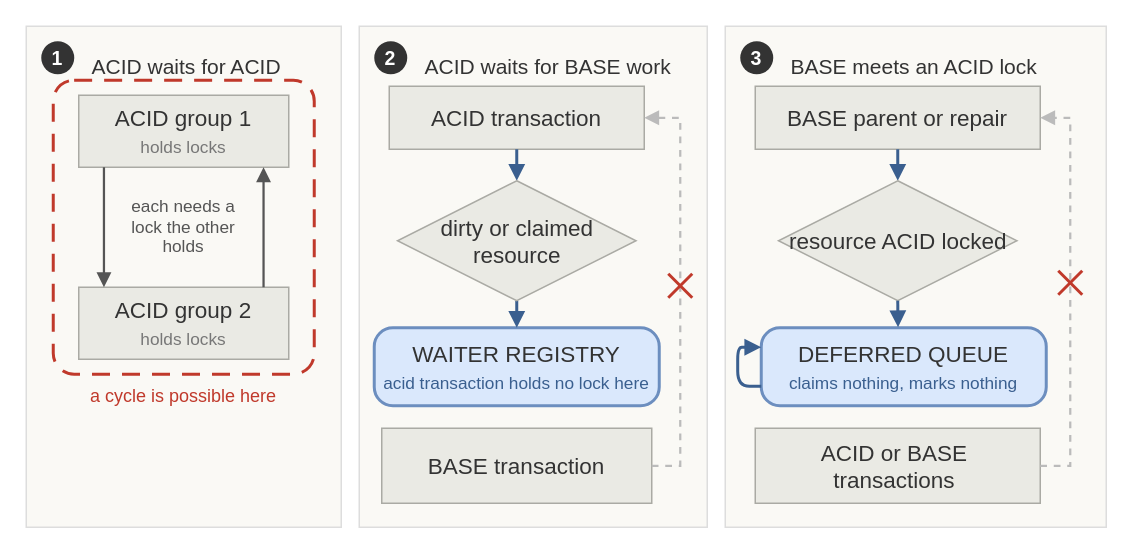
Above: figures/fig-deadlock-freedom.drawio in mililika/bachelor-thesis-tum-acid-base-adaptivity (draw.io), before the change. Source tidied: cells renumbered, new cells numbered last; positions are measured from the earlier drawing's top-left corner, leaving out a move shared by most shapes. Both pictures are drawn from the tidied source at 150%, with x=0, y=0 at pixel (26, 26).
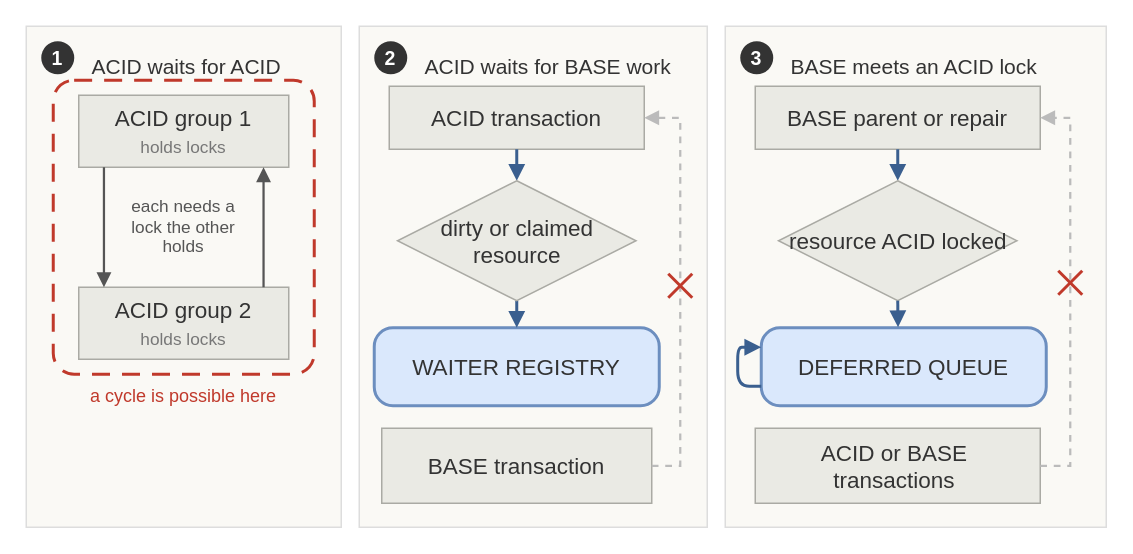
The same diagram, later.

What changed in the source:
```diff
@@
-    <mxCell id="13" value="WAITER REGISTRY&lt;br&gt;&lt;font style=&quot;font-size: 11.5px;&quot; color=&quot;#3a5f8f&quot;&gt;acid transaction holds no lock here&lt;/font&gt;" style="rounded=1;arcSize=24;whiteSpace=wrap;html=1;fillColor=#dae8fc;strokeColor=#6c8ebf;strokeWidth=2;fontFamily=Helvetica;fontSize=15;fontColor=#333333;" parent="1" vertex="1">
+    <mxCell id="13" value="WAITER REGISTRY" style="rounded=1;arcSize=24;whiteSpace=wrap;html=1;fillColor=#dae8fc;strokeColor=#6c8ebf;strokeWidth=2;fontFamily=Helvetica;fontSize=15;fontColor=#333333;" parent="1" vertex="1">
       <mxGeometry x="232" y="201" width="190" height="52" as="geometry" />
     </mxCell>
@@
-    <mxCell id="21" value="DEFERRED QUEUE&lt;br&gt;&lt;font style=&quot;font-size: 11.5px;&quot; color=&quot;#3a5f8f&quot;&gt;claims nothing, marks nothing&lt;/font&gt;" style="rounded=1;arcSize=24;whiteSpace=wrap;html=1;fillColor=#dae8fc;strokeColor=#6c8ebf;strokeWidth=2;fontFamily=Helvetica;fontSize=15;fontColor=#333333;" parent="1" vertex="1">
+    <mxCell id="21" value="DEFERRED QUEUE" style="rounded=1;arcSize=24;whiteSpace=wrap;html=1;fillColor=#dae8fc;strokeColor=#6c8ebf;strokeWidth=2;fontFamily=Helvetica;fontSize=15;fontColor=#333333;" parent="1" vertex="1">
       <mxGeometry x="490" y="201" width="190" height="52" as="geometry" />
     </mxCell>
```
